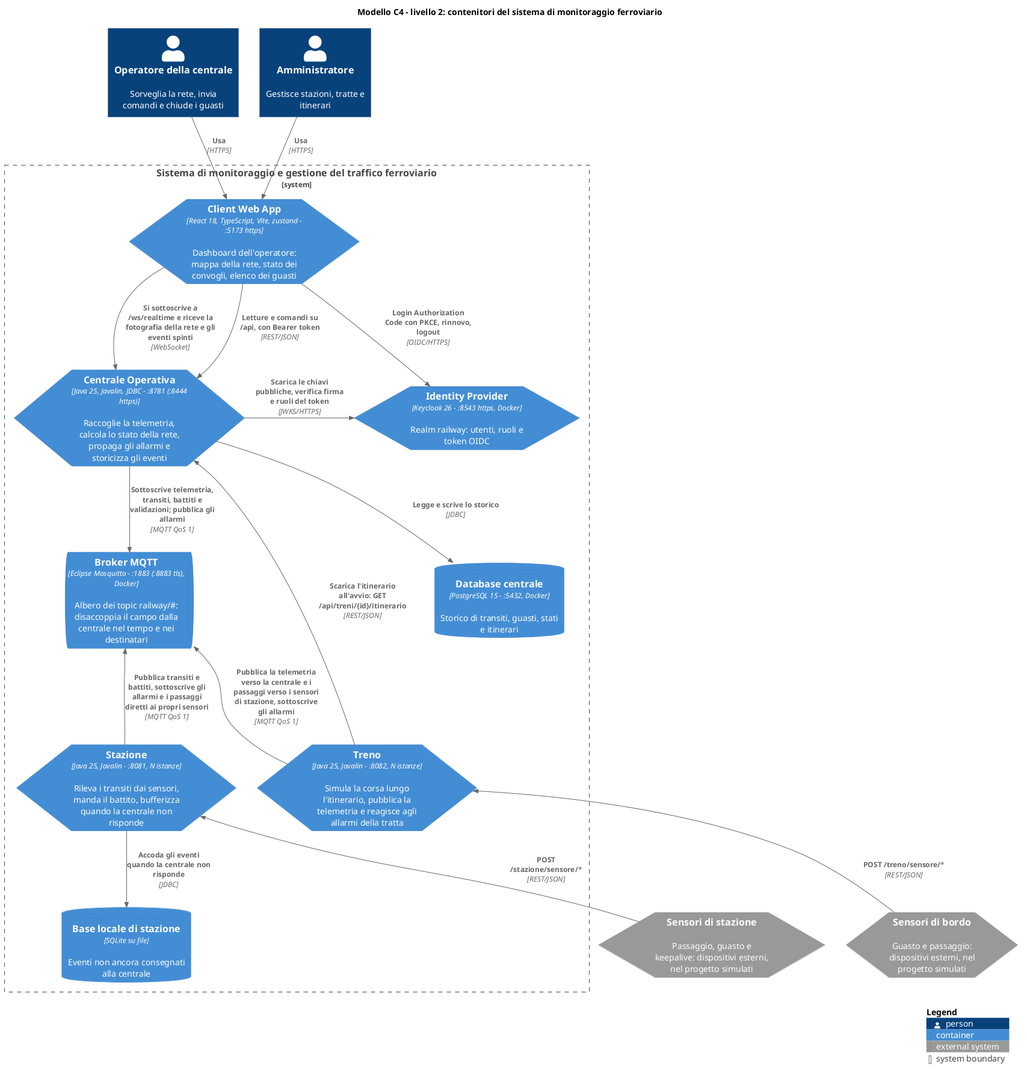
Before: doc/documentazioneFinale/immaginiDocumentazioneDelSistemaMonitoraggioEGestioneDelTrafficoFerroviario/microservizi_00_c4_contenitori.png, a diagram exported from PlantUML (mar-robba/PISSIR).
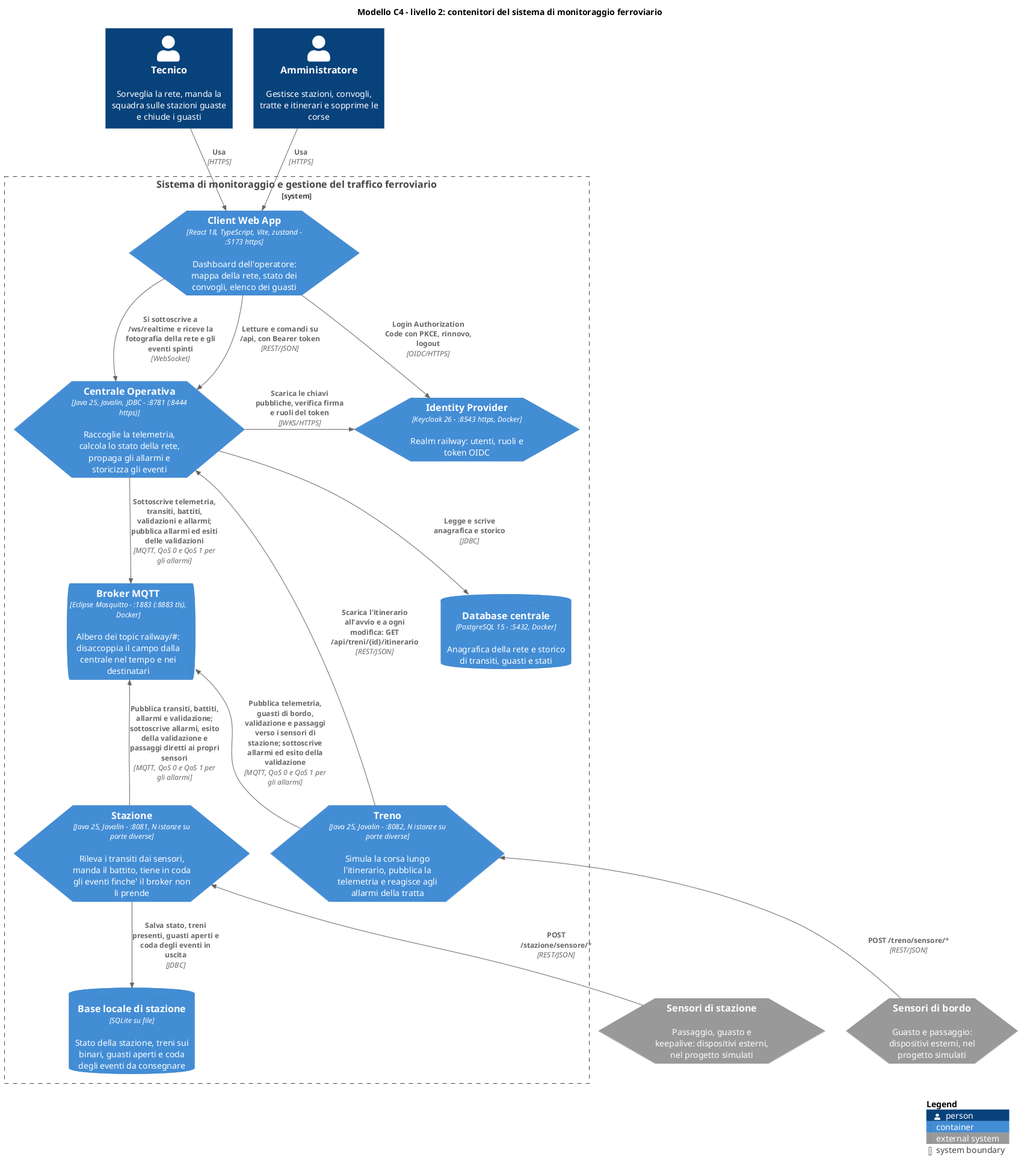
The same diagram one commit later.

The edit, as a diff of the source:
```diff
@@ -5,8 +5,8 @@
 
 title Modello C4 - livello 2: contenitori del sistema di monitoraggio ferroviario
 
-Person(operatore, "Operatore della centrale", "Sorveglia la rete, invia comandi e chiude i guasti")
-Person(admin, "Amministratore", "Gestisce stazioni, tratte e itinerari")
+Person(operatore, "Tecnico", "Sorveglia la rete, manda la squadra sulle stazioni guaste e chiude i guasti")
+Person(admin, "Amministratore", "Gestisce stazioni, convogli, tratte e itinerari e sopprime le corse")
 System_Ext(sensoriStazione, "Sensori di stazione", "Passaggio, guasto e keepalive: dispositivi esterni, nel progetto simulati", $baseShape="hexagon")
 System_Ext(sensoriTreno, "Sensori di bordo", "Guasto e passaggio: dispositivi esterni, nel progetto simulati", $baseShape="hexagon")
 
@@ -16,17 +16,17 @@
 
     Container(centrale, "Centrale Operativa", "Java 25, Javalin, JDBC - :8781 (:8444 https)", "Raccoglie la telemetria, calcola lo stato della rete, propaga gli allarmi e storicizza gli eventi", $baseShape="hexagon")
 
-    Container(stazione, "Stazione", "Java 25, Javalin - :8081, N istanze", "Rileva i transiti dai sensori, manda il battito, bufferizza quando la centrale non risponde", $baseShape="hexagon")
+    Container(stazione, "Stazione", "Java 25, Javalin - :8081, N istanze su porte diverse", "Rileva i transiti dai sensori, manda il battito, tiene in coda gli eventi finche' il broker non li prende", $baseShape="hexagon")
 
-    Container(treno, "Treno", "Java 25, Javalin - :8082, N istanze", "Simula la corsa lungo l'itinerario, pubblica la telemetria e reagisce agli allarmi della tratta", $baseShape="hexagon")
+    Container(treno, "Treno", "Java 25, Javalin - :8082, N istanze su porte diverse", "Simula la corsa lungo l'itinerario, pubblica la telemetria e reagisce agli allarmi della tratta", $baseShape="hexagon")
 
     ContainerQueue(broker, "Broker MQTT", "Eclipse Mosquitto - :1883 (:8883 tls), Docker", "Albero dei topic railway/#: disaccoppia il campo dalla centrale nel tempo e nei destinatari")
 
     Container(keycloak, "Identity Provider", "Keycloak 26 - :8543 https, Docker", "Realm railway: utenti, ruoli e token OIDC", $baseShape="hexagon")
 
-    ContainerDb(db, "Database centrale", "PostgreSQL 15 - :5432, Docker", "Storico di transiti, guasti, stati e itinerari")
+    ContainerDb(db, "Database centrale", "PostgreSQL 15 - :5432, Docker", "Anagrafica della rete e storico di transiti, guasti e stati")
 
-    ContainerDb(sqlite, "Base locale di stazione", "SQLite su file", "Eventi non ancora consegnati alla centrale")
+    ContainerDb(sqlite, "Base locale di stazione", "SQLite su file", "Stato della stazione, treni sui binari, guasti aperti e coda degli eventi da consegnare")
 }
 
 Rel(operatore, webapp, "Usa", "HTTPS")
@@ -37,13 +37,13 @@
 Rel_D(webapp, centrale, "Si sottoscrive a /ws/realtime e riceve la fotografia della rete e gli eventi spinti", "WebSocket")
 Rel_R(centrale, keycloak, "Scarica le chiavi pubbliche, verifica firma e ruoli del token", "JWKS/HTTPS")
 
-Rel(centrale, db, "Legge e scrive lo storico", "JDBC")
-Rel(centrale, broker, "Sottoscrive telemetria, transiti, battiti e validazioni; pubblica gli allarmi", "MQTT QoS 1")
+Rel(centrale, db, "Legge e scrive anagrafica e storico", "JDBC")
+Rel(centrale, broker, "Sottoscrive telemetria, transiti, battiti, validazioni e allarmi; pubblica allarmi ed esiti delle validazioni", "MQTT, QoS 0 e QoS 1 per gli allarmi")
 
-Rel_U(stazione, broker, "Pubblica transiti e battiti, sottoscrive gli allarmi e i passaggi diretti ai propri sensori", "MQTT QoS 1")
-Rel_U(treno, broker, "Pubblica la telemetria verso la centrale e i passaggi verso i sensori di stazione, sottoscrive gli allarmi", "MQTT QoS 1")
-Rel_U(treno, centrale, "Scarica l'itinerario all'avvio: GET /api/treni/{id}/itinerario", "REST/JSON")
-Rel(stazione, sqlite, "Accoda gli eventi quando la centrale non risponde", "JDBC")
+Rel_U(stazione, broker, "Pubblica transiti, battiti, allarmi e validazione; sottoscrive allarmi, esito della validazione e passaggi diretti ai propri sensori", "MQTT, QoS 0 e QoS 1 per gli allarmi")
+Rel_U(treno, broker, "Pubblica telemetria, guasti di bordo, validazione e passaggi verso i sensori di stazione; sottoscrive allarmi ed esito della validazione", "MQTT, QoS 0 e QoS 1 per gli allarmi")
+Rel_U(treno, centrale, "Scarica l'itinerario all'avvio e a ogni modifica: GET /api/treni/{id}/itinerario", "REST/JSON")
+Rel(stazione, sqlite, "Salva stato, treni presenti, guasti aperti e coda degli eventi in uscita", "JDBC")
 
 Rel_U(sensoriStazione, stazione, "POST /stazione/sensore/*", "REST/JSON")
 Rel_U(sensoriTreno, treno, "POST /treno/sensore/*", "REST/JSON")
```
